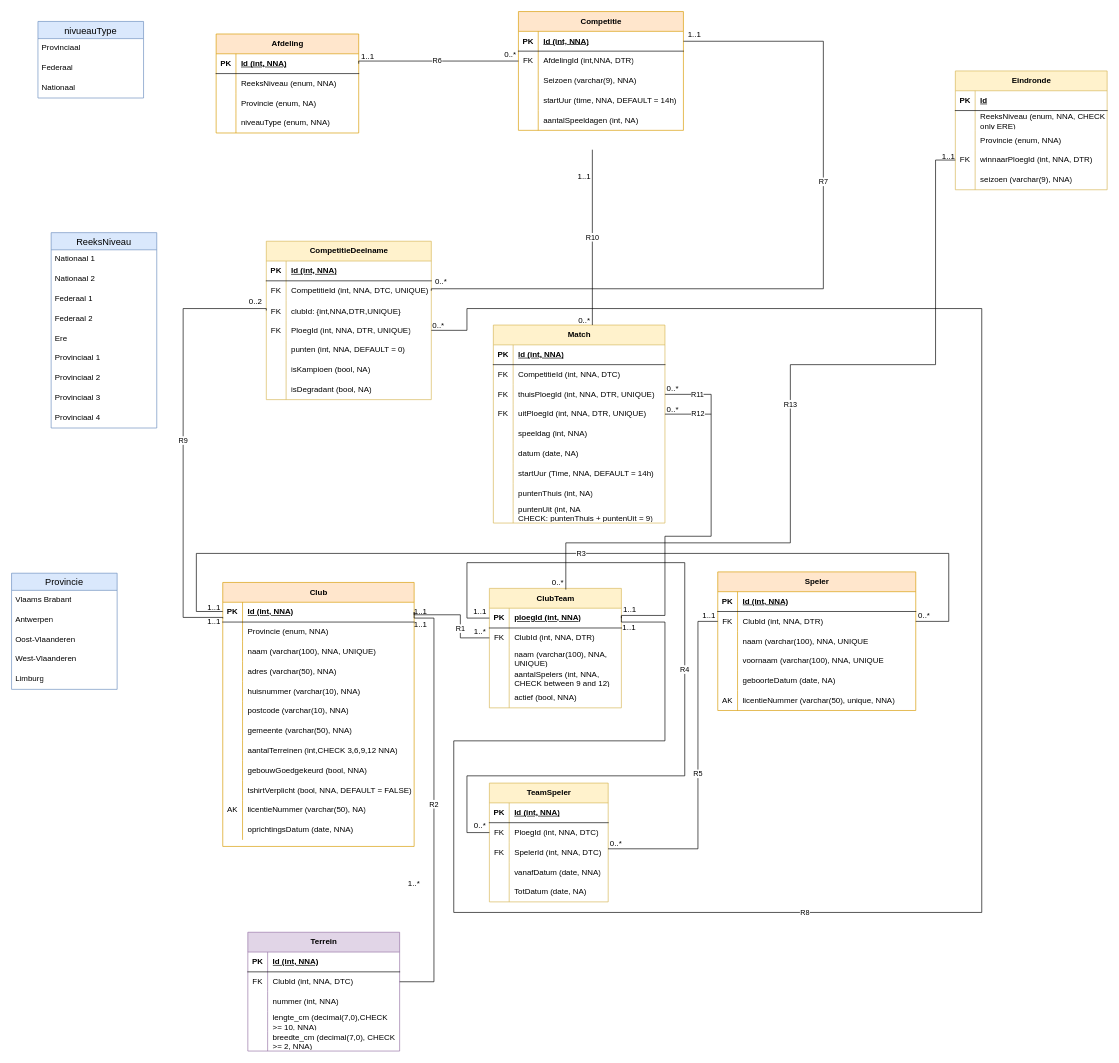
jonastrapmore/databases keeps this draw.io diagram as project/petanque.drawio. Above is the earlier version. Source tidied: cells renumbered, new cells numbered last; positions are measured from the earlier drawing's top-left corner, leaving out a move shared by most shapes. Both pictures are drawn from the tidied source at 66%, with x=0, y=0 at pixel (11, 11).
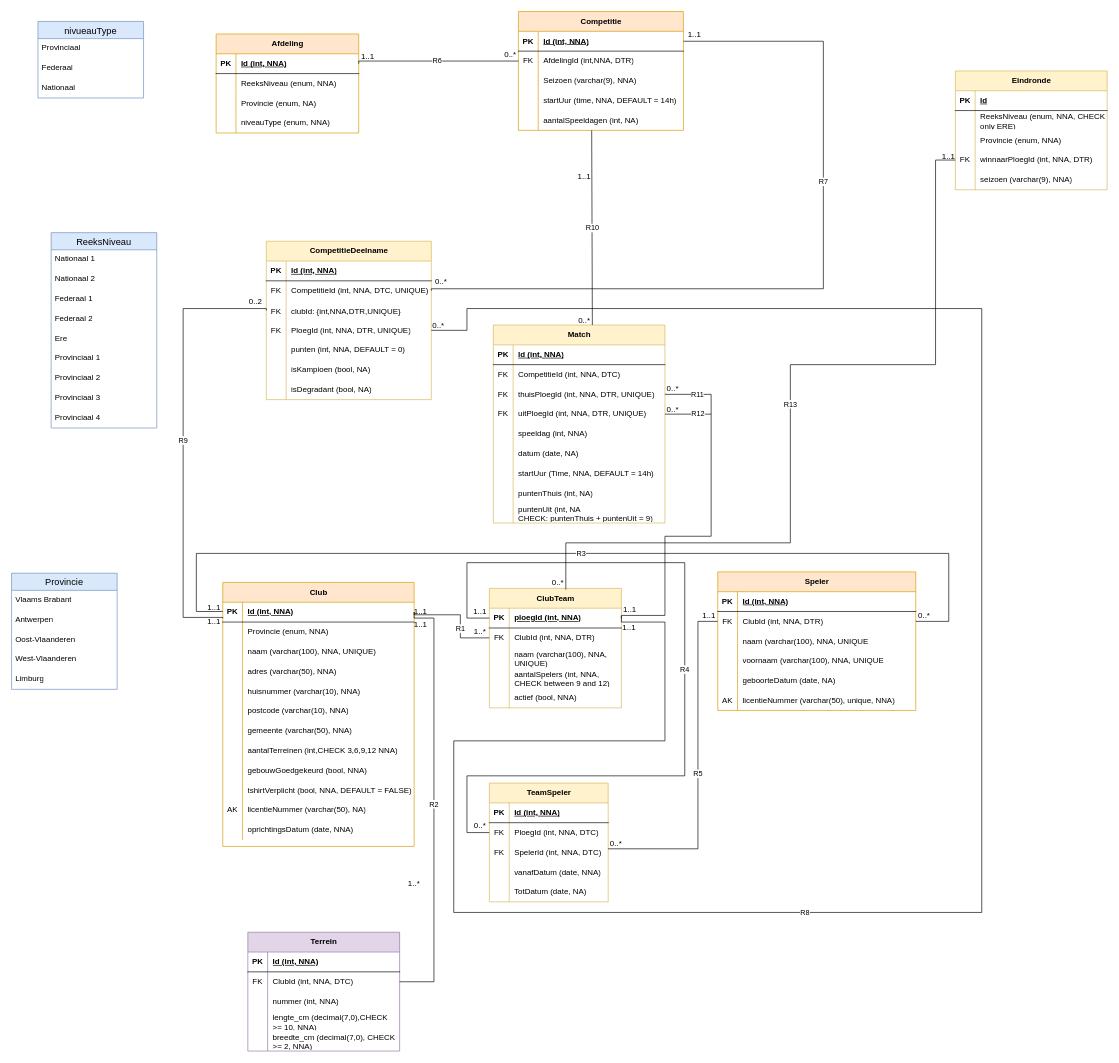
The same page after the edit.

The change refers to these unchanged cells:
```xml
<mxCell id="146" style="shape=tableRow;horizontal=0;startSize=0;swimlaneHead=0;swimlaneBody=0;fillColor=none;points=[[0,0.5],[1,0.5]];portConstraint=eastwest;top=0;left=0;right=0;bottom=0;" parent="133" vertex="1">
  <mxGeometry y="150" width="250" height="30" as="geometry" />
</mxCell>
<mxCell id="180" value="Match" style="shape=table;startSize=30;childLayout=tableLayout;rowLines=0;fontStyle=1;align=center;html=1;fillColor=#fff2cc;strokeColor=#d6b656;" parent="1" vertex="1">
  <mxGeometry x="730" y="475" width="260" height="300" as="geometry" />
</mxCell>
```

The edit, as a diff of the source:
```diff
@@
-    <mxCell id="258" value="R10" style="endArrow=none;html=1;rounded=0;entryX=0.577;entryY=0;entryDx=0;entryDy=0;entryPerimeter=0;exitX=0.448;exitY=0.978;exitDx=0;exitDy=0;exitPerimeter=0;" parent="1" edge="1" target="180">
-      <mxGeometry relative="1" as="geometry">
-        <mxPoint x="880" y="209.3" as="sourcePoint" />
-      </mxGeometry>
+    <mxCell id="258" value="R10" style="endArrow=none;html=1;rounded=0;entryX=0.577;entryY=0;entryDx=0;entryDy=0;entryPerimeter=0;exitX=0.444;exitY=1;exitDx=0;exitDy=0;exitPerimeter=0;" parent="1" edge="1" source="146" target="180">
+      <mxGeometry relative="1" as="geometry" />
     </mxCell>
```
